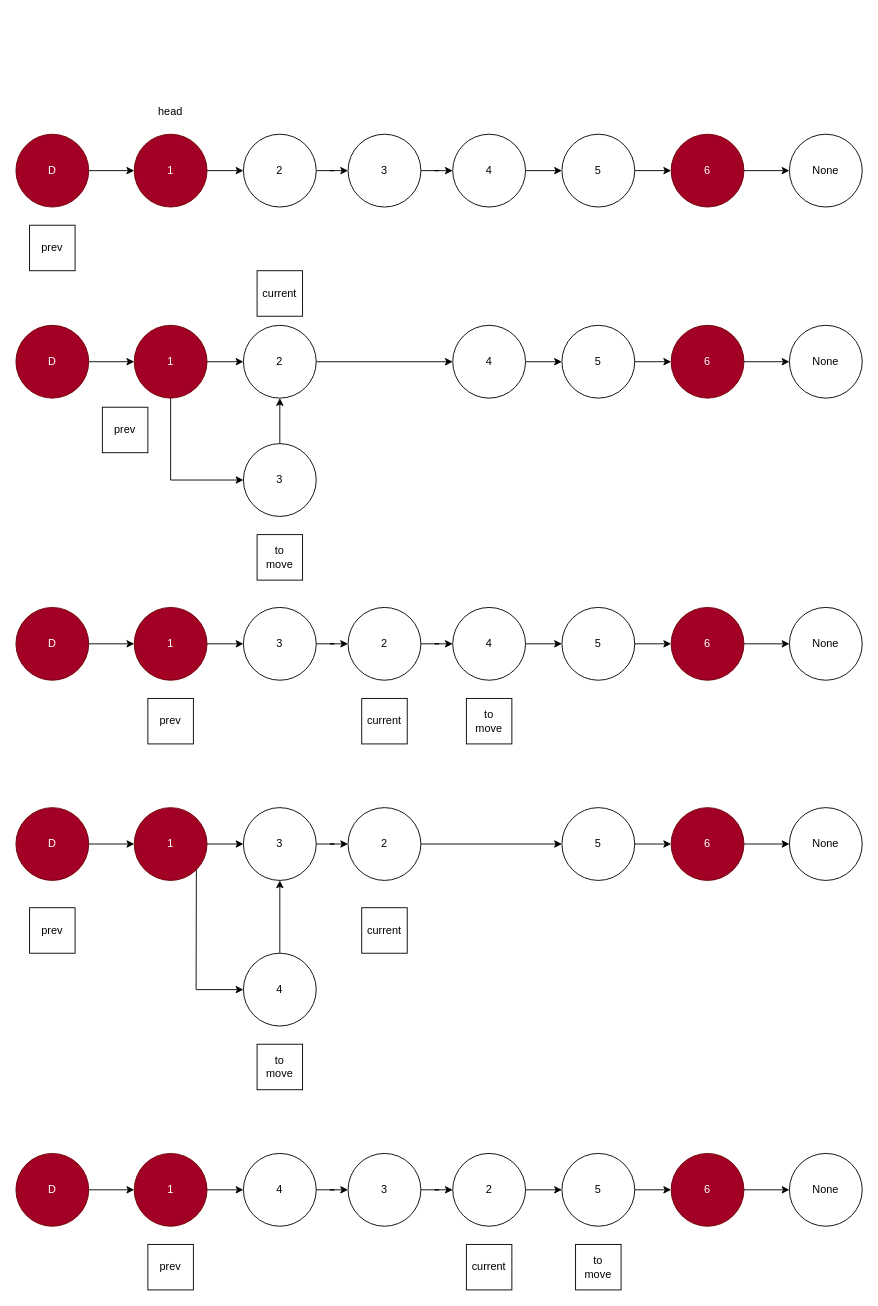
CDKhoa362/python-learning keeps this draw.io diagram as page "Singly" (1 of 2) of Practice/DrawIo/LinkedList/Reverse_Between.drawio. Above is the earlier version. Source tidied: cells renumbered, new cells numbered last; positions are measured from the earlier drawing's top-left corner, leaving out a move shared by most shapes. Both pictures are drawn from the tidied source at 91%, with x=0, y=0 at pixel (15, 97).
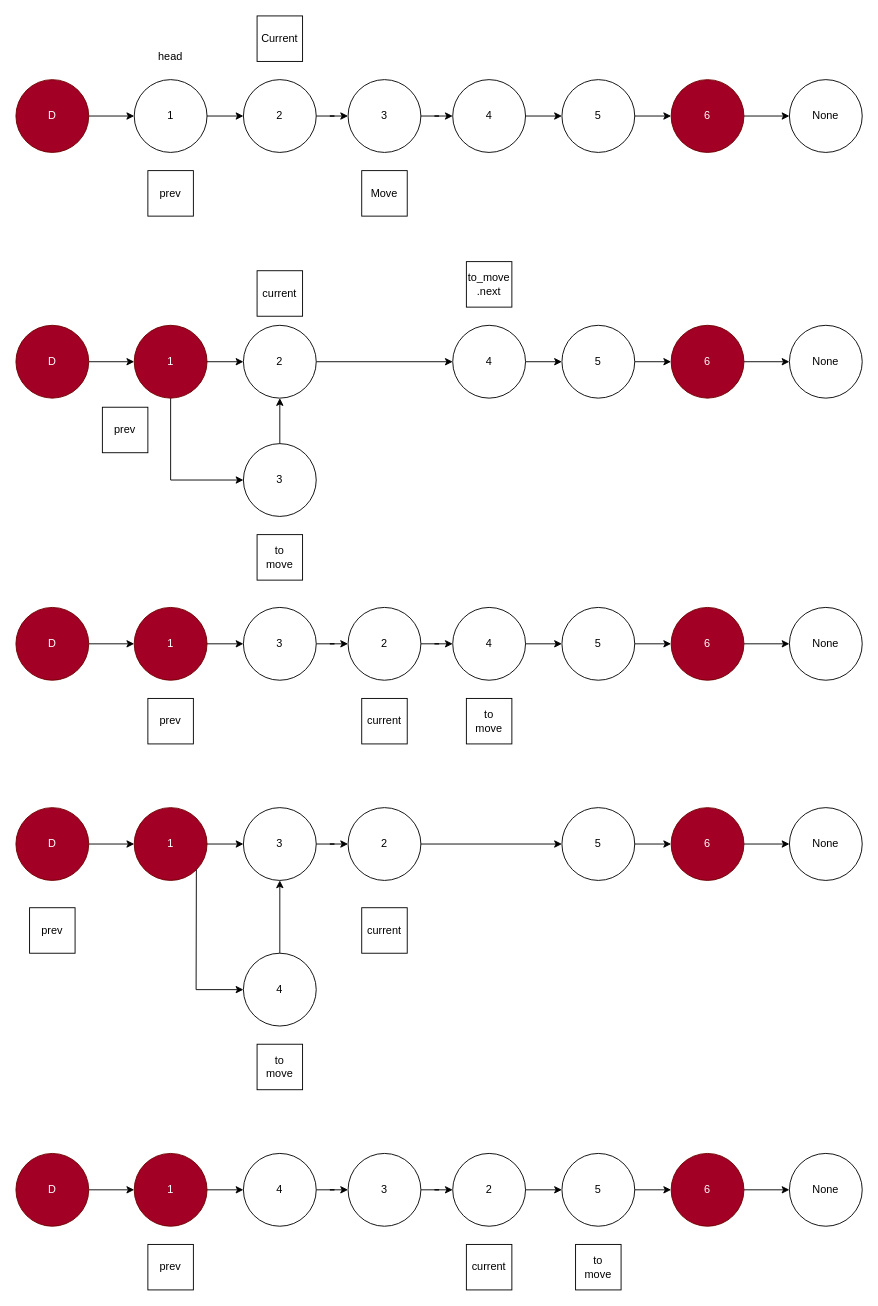
After the change.

What changed in the source:
```diff
@@
-    <mxCell id="3" value="1" style="ellipse;whiteSpace=wrap;html=1;fillColor=#a20025;fontColor=#ffffff;strokeColor=#6F0000;" parent="1" vertex="1">
-      <mxGeometry x="130" y="40" width="80" height="80" as="geometry" />
+    <mxCell id="3" value="1" style="ellipse;whiteSpace=wrap;html=1;" parent="1" vertex="1">
+      <mxGeometry x="130" y="-20" width="80" height="80" as="geometry" />
     </mxCell>
@@
     <mxCell id="5" value="2" style="ellipse;whiteSpace=wrap;html=1;" parent="1" vertex="1">
-      <mxGeometry x="250" y="40" width="80" height="80" as="geometry" />
+      <mxGeometry x="250" y="-20" width="80" height="80" as="geometry" />
     </mxCell>
@@
     <mxCell id="7" value="3" style="ellipse;whiteSpace=wrap;html=1;" parent="1" vertex="1">
-      <mxGeometry x="365" y="40" width="80" height="80" as="geometry" />
+      <mxGeometry x="365" y="-20" width="80" height="80" as="geometry" />
     </mxCell>
@@
     <mxCell id="9" value="4" style="ellipse;whiteSpace=wrap;html=1;" parent="1" vertex="1">
-      <mxGeometry x="480" y="40" width="80" height="80" as="geometry" />
+      <mxGeometry x="480" y="-20" width="80" height="80" as="geometry" />
     </mxCell>
@@
     <mxCell id="11" value="5" style="ellipse;whiteSpace=wrap;html=1;" parent="1" vertex="1">
-      <mxGeometry x="600" y="40" width="80" height="80" as="geometry" />
+      <mxGeometry x="600" y="-20" width="80" height="80" as="geometry" />
     </mxCell>
@@
     <mxCell id="13" value="6" style="ellipse;whiteSpace=wrap;html=1;fillColor=#a20025;fontColor=#ffffff;strokeColor=#6F0000;" parent="1" vertex="1">
-      <mxGeometry x="720" y="40" width="80" height="80" as="geometry" />
+      <mxGeometry x="720" y="-20" width="80" height="80" as="geometry" />
     </mxCell>
     <mxCell id="14" value="prev" style="rounded=0;whiteSpace=wrap;html=1;" parent="1" vertex="1">
-      <mxGeometry x="15" y="140" width="50" height="50" as="geometry" />
+      <mxGeometry x="145" y="80" width="50" height="50" as="geometry" />
     </mxCell>
     <mxCell id="15" value="None" style="ellipse;whiteSpace=wrap;html=1;" parent="1" vertex="1">
-      <mxGeometry x="850" y="40" width="80" height="80" as="geometry" />
+      <mxGeometry x="850" y="-20" width="80" height="80" as="geometry" />
     </mxCell>
@@
     <mxCell id="17" value="D" style="ellipse;whiteSpace=wrap;html=1;fillColor=#a20025;fontColor=#ffffff;strokeColor=#6F0000;" parent="1" vertex="1">
-      <mxGeometry y="40" width="80" height="80" as="geometry" />
+      <mxGeometry y="-20" width="80" height="80" as="geometry" />
     </mxCell>
@@
     <mxCell id="92" value="head" style="text;html=1;align=center;verticalAlign=middle;whiteSpace=wrap;rounded=0;" parent="1" vertex="1">
-      <mxGeometry x="140" width="60" height="30" as="geometry" />
+      <mxGeometry x="140" y="-60" width="60" height="30" as="geometry" />
     </mxCell>
+    <mxCell id="93" value="Current" style="rounded=0;whiteSpace=wrap;html=1;" parent="1" vertex="1">
+      <mxGeometry x="265" y="-90" width="50" height="50" as="geometry" />
+    </mxCell>
+    <mxCell id="94" value="Move" style="rounded=0;whiteSpace=wrap;html=1;" parent="1" vertex="1">
+      <mxGeometry x="380" y="80" width="50" height="50" as="geometry" />
+    </mxCell>
+    <mxCell id="95" value="to_move&lt;br&gt;.next" style="rounded=0;whiteSpace=wrap;html=1;" parent="1" vertex="1">
+      <mxGeometry x="495" y="180" width="50" height="50" as="geometry" />
+    </mxCell>
```
